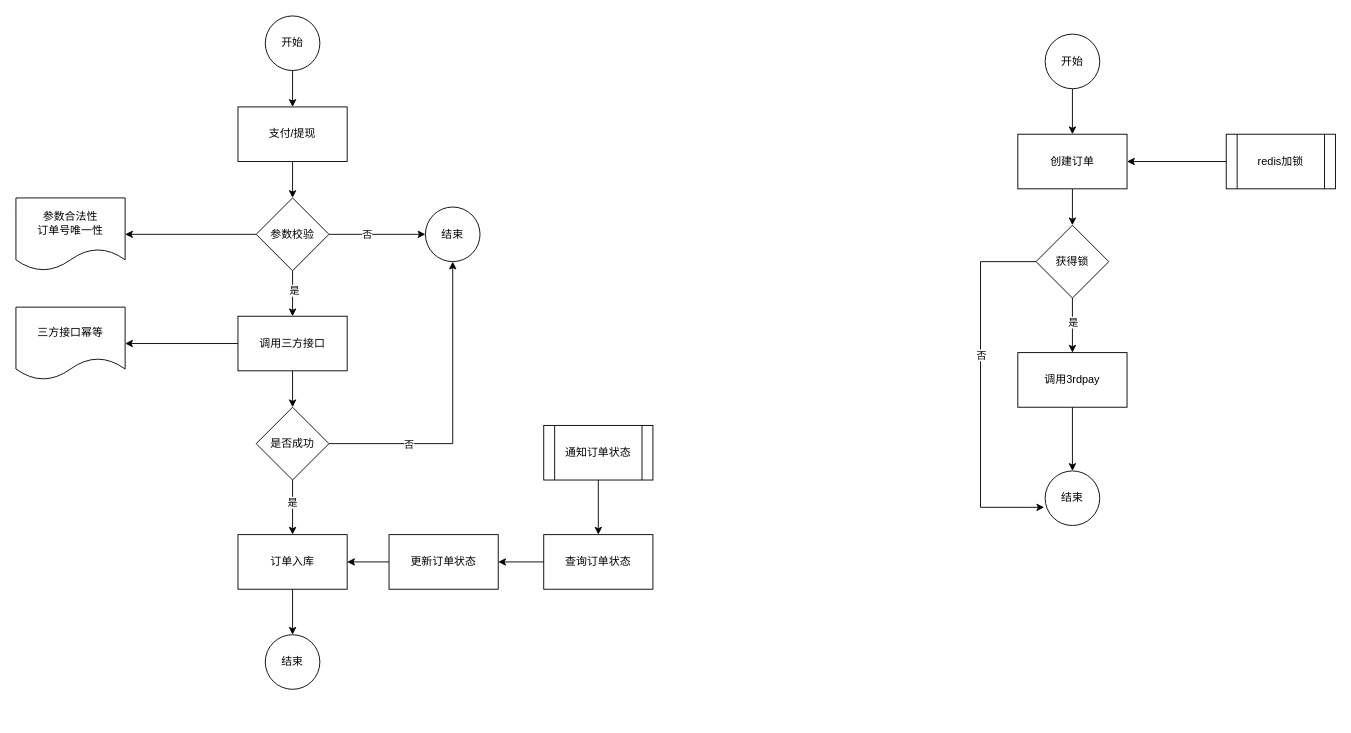
Earlier version of the draw.io diagram page "支付/提现接口幂等方案" (4 of 4) of 支付流程.drawio (jarcn/pic). Source tidied: cells renumbered, new cells numbered last; positions are measured from the earlier drawing's top-left corner, leaving out a move shared by most shapes. Both pictures are drawn from the tidied source at 91%, with x=0, y=0 at pixel (15, 15).
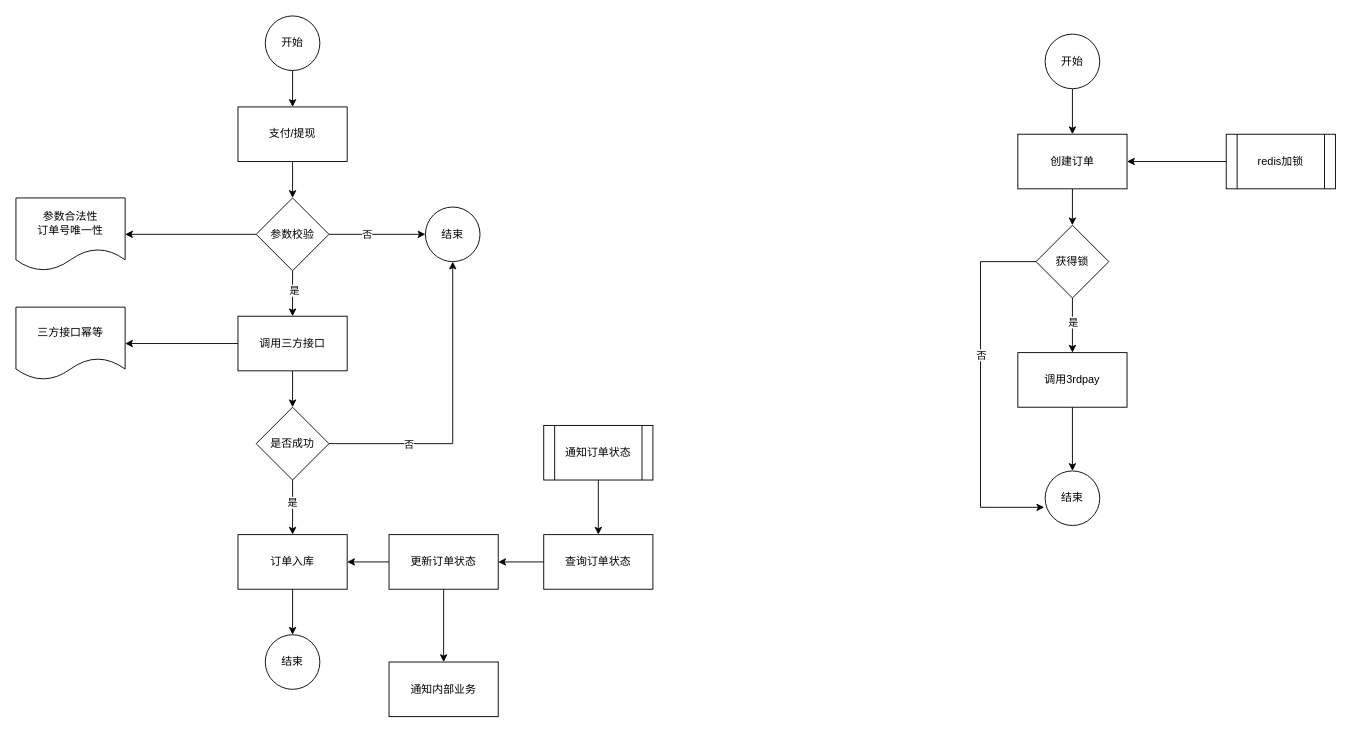
Above is the later version.

Unchanged cells that the change refers to:
```xml
<mxCell id="30" value="更新订单状态" style="rounded=0;whiteSpace=wrap;html=1;" parent="1" vertex="1">
  <mxGeometry x="410" y="570" width="120" height="60" as="geometry" />
</mxCell>
```

Change to the diagram source:
```diff
@@
+    <mxCell id="46" style="edgeStyle=orthogonalEdgeStyle;rounded=0;jettySize=auto;html=1;" parent="1" edge="1" source="30" target="47">
+      <mxGeometry relative="1" as="geometry" />
+    </mxCell>
@@
+    <mxCell id="47" value="通知内部业务" style="whiteSpace=wrap;html=1;rounded=0;" parent="1" vertex="1">
+      <mxGeometry x="410" y="710" width="120" height="60" as="geometry" />
+    </mxCell>
```
